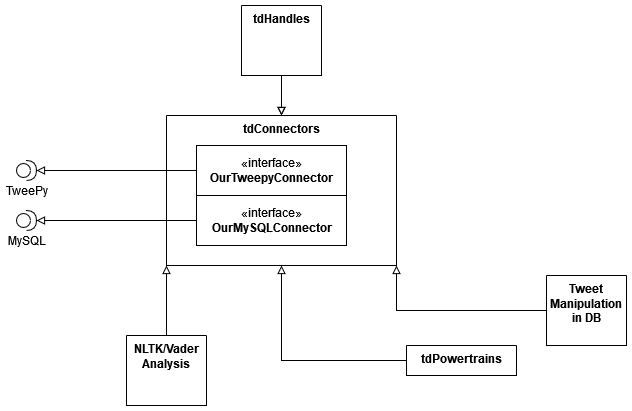
Earlier version of the draw.io export images/iteration2/classes/architecture-ConnectorsClass.drawio.png (agarcia169/4306-Donaldson-Project). Source tidied: cells renumbered, new cells last; positions are measured from the earlier drawing's top-left corner, leaving out a move shared by most shapes. Source of this version:
```xml
<mxGraphModel>
  <root>
    <mxCell id="0" />
    <mxCell id="1" parent="0" />
    <mxCell id="2" value="TweePy" style="shape=providedRequiredInterface;html=1;verticalLabelPosition=bottom;sketch=0;" parent="1" vertex="1">
      <mxGeometry y="155" width="20" height="20" as="geometry" />
    </mxCell>
    <mxCell id="3" value="MySQL" style="shape=providedRequiredInterface;html=1;verticalLabelPosition=bottom;sketch=0;" parent="1" vertex="1">
      <mxGeometry y="205" width="20" height="20" as="geometry" />
    </mxCell>
    <mxCell id="4" value="tdHandles" style="swimlane;startSize=0;verticalAlign=top;whiteSpace=wrap;" parent="1" vertex="1" collapsed="1">
      <mxGeometry x="225" width="80" height="70" as="geometry" />
    </mxCell>
    <mxCell id="5" value="tdConnectors" style="swimlane;startSize=0;verticalAlign=top;" parent="1" vertex="1">
      <mxGeometry x="150" y="110" width="230" height="150" as="geometry" />
    </mxCell>
    <mxCell id="6" value="«interface»&lt;br&gt;&lt;b&gt;OurTweepyConnector&lt;/b&gt;" style="html=1;" parent="5" vertex="1">
      <mxGeometry x="30" y="30" width="150" height="50" as="geometry" />
    </mxCell>
    <mxCell id="7" value="«interface»&lt;br&gt;&lt;b&gt;OurMySQLConnector&lt;br&gt;&lt;/b&gt;" style="html=1;" parent="5" vertex="1">
      <mxGeometry x="30" y="80" width="150" height="50" as="geometry" />
    </mxCell>
    <mxCell id="8" style="edgeStyle=orthogonalEdgeStyle;rounded=0;jettySize=auto;html=1;endArrow=block;endFill=0;" parent="1" edge="1" source="6" target="2">
      <mxGeometry relative="1" as="geometry" />
    </mxCell>
    <mxCell id="9" style="edgeStyle=orthogonalEdgeStyle;rounded=0;jettySize=auto;html=1;endArrow=block;endFill=0;" parent="1" edge="1" source="7" target="3">
      <mxGeometry relative="1" as="geometry" />
    </mxCell>
    <mxCell id="10" value="tdPowertrains" style="swimlane;startSize=0;verticalAlign=top;" parent="1" vertex="1" collapsed="1">
      <mxGeometry x="390" y="340" width="110" height="30" as="geometry" />
    </mxCell>
    <mxCell id="11" value="Tweet Manipulation in DB" style="swimlane;startSize=0;verticalAlign=top;whiteSpace=wrap;" parent="1" vertex="1" collapsed="1">
      <mxGeometry x="530" y="270" width="80" height="70" as="geometry" />
    </mxCell>
    <mxCell id="12" value="NLTK/Vader Analysis" style="swimlane;startSize=0;verticalAlign=top;whiteSpace=wrap;" parent="1" vertex="1" collapsed="1">
      <mxGeometry x="110" y="330" width="80" height="70" as="geometry" />
    </mxCell>
  </root>
</mxGraphModel>
```
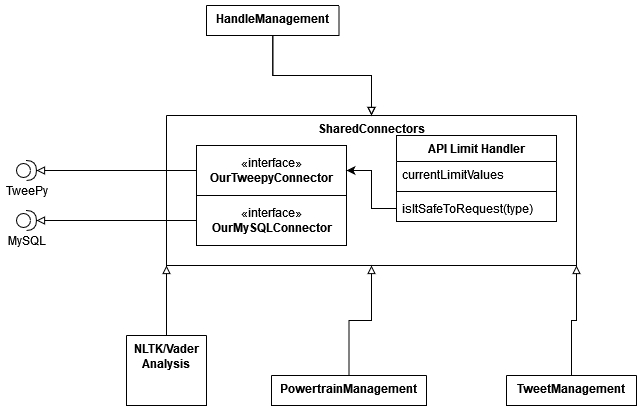
Above is the later version.

Diff of the diagram source:
```diff
@@ -8,11 +8,11 @@
     <mxCell id="3" value="MySQL" style="shape=providedRequiredInterface;html=1;verticalLabelPosition=bottom;sketch=0;" parent="1" vertex="1">
       <mxGeometry y="205" width="20" height="20" as="geometry" />
     </mxCell>
-    <mxCell id="4" value="tdHandles" style="swimlane;startSize=0;verticalAlign=top;whiteSpace=wrap;" parent="1" vertex="1" collapsed="1">
-      <mxGeometry x="225" width="80" height="70" as="geometry" />
+    <mxCell id="4" value="HandleManagement" style="swimlane;startSize=0;verticalAlign=top;whiteSpace=wrap;" parent="1" vertex="1" collapsed="1">
+      <mxGeometry x="190" width="132.5" height="30" as="geometry" />
     </mxCell>
-    <mxCell id="5" value="tdConnectors" style="swimlane;startSize=0;verticalAlign=top;" parent="1" vertex="1">
-      <mxGeometry x="150" y="110" width="230" height="150" as="geometry" />
+    <mxCell id="5" value="SharedConnectors" style="swimlane;startSize=0;verticalAlign=top;" parent="1" vertex="1">
+      <mxGeometry x="150" y="110" width="410" height="150" as="geometry" />
     </mxCell>
     <mxCell id="6" value="«interface»&lt;br&gt;&lt;b&gt;OurTweepyConnector&lt;/b&gt;" style="html=1;" parent="5" vertex="1">
       <mxGeometry x="30" y="30" width="150" height="50" as="geometry" />
@@ -20,17 +20,32 @@
     <mxCell id="7" value="«interface»&lt;br&gt;&lt;b&gt;OurMySQLConnector&lt;br&gt;&lt;/b&gt;" style="html=1;" parent="5" vertex="1">
       <mxGeometry x="30" y="80" width="150" height="50" as="geometry" />
     </mxCell>
+    <mxCell id="13" value="API Limit Handler" style="swimlane;fontStyle=1;align=center;verticalAlign=top;horizontal=1;startSize=26;" parent="5" vertex="1">
+      <mxGeometry x="230" y="20" width="160" height="86" as="geometry" />
+    </mxCell>
+    <mxCell id="14" value="currentLimitValues" style="text;strokeColor=none;fillColor=none;align=left;verticalAlign=top;spacingLeft=4;spacingRight=4;overflow=hidden;" parent="13" vertex="1">
+      <mxGeometry y="26" width="160" height="26" as="geometry" />
+    </mxCell>
+    <mxCell id="15" style="line;strokeWidth=1;fillColor=none;align=left;verticalAlign=middle;spacingTop=-1;spacingLeft=3;spacingRight=3;labelPosition=right;strokeColor=inherit;" parent="13" vertex="1">
+      <mxGeometry y="52" width="160" height="8" as="geometry" />
+    </mxCell>
+    <mxCell id="16" value="isItSafeToRequest(type)" style="text;strokeColor=none;fillColor=none;align=left;verticalAlign=top;spacingLeft=4;spacingRight=4;overflow=hidden;points=[[0,0.5],[1,0.5]];portConstraint=eastwest;" parent="13" vertex="1">
+      <mxGeometry y="60" width="160" height="26" as="geometry" />
+    </mxCell>
+    <mxCell id="17" style="edgeStyle=orthogonalEdgeStyle;rounded=0;jettySize=auto;html=1;" parent="5" edge="1" source="16" target="6">
+      <mxGeometry relative="1" as="geometry" />
+    </mxCell>
     <mxCell id="8" style="edgeStyle=orthogonalEdgeStyle;rounded=0;jettySize=auto;html=1;endArrow=block;endFill=0;" parent="1" edge="1" source="6" target="2">
       <mxGeometry relative="1" as="geometry" />
     </mxCell>
     <mxCell id="9" style="edgeStyle=orthogonalEdgeStyle;rounded=0;jettySize=auto;html=1;endArrow=block;endFill=0;" parent="1" edge="1" source="7" target="3">
       <mxGeometry relative="1" as="geometry" />
     </mxCell>
-    <mxCell id="10" value="tdPowertrains" style="swimlane;startSize=0;verticalAlign=top;" parent="1" vertex="1" collapsed="1">
-      <mxGeometry x="390" y="340" width="110" height="30" as="geometry" />
+    <mxCell id="10" value="PowertrainManagement" style="swimlane;startSize=0;verticalAlign=top;" parent="1" vertex="1" collapsed="1">
+      <mxGeometry x="255" y="370" width="155" height="30" as="geometry" />
     </mxCell>
-    <mxCell id="11" value="Tweet Manipulation in DB" style="swimlane;startSize=0;verticalAlign=top;whiteSpace=wrap;" parent="1" vertex="1" collapsed="1">
-      <mxGeometry x="530" y="270" width="80" height="70" as="geometry" />
+    <mxCell id="11" value="TweetManagement" style="swimlane;startSize=0;verticalAlign=top;whiteSpace=wrap;" parent="1" vertex="1" collapsed="1">
+      <mxGeometry x="490" y="370" width="130" height="30" as="geometry" />
     </mxCell>
     <mxCell id="12" value="NLTK/Vader Analysis" style="swimlane;startSize=0;verticalAlign=top;whiteSpace=wrap;" parent="1" vertex="1" collapsed="1">
       <mxGeometry x="110" y="330" width="80" height="70" as="geometry" />
```
